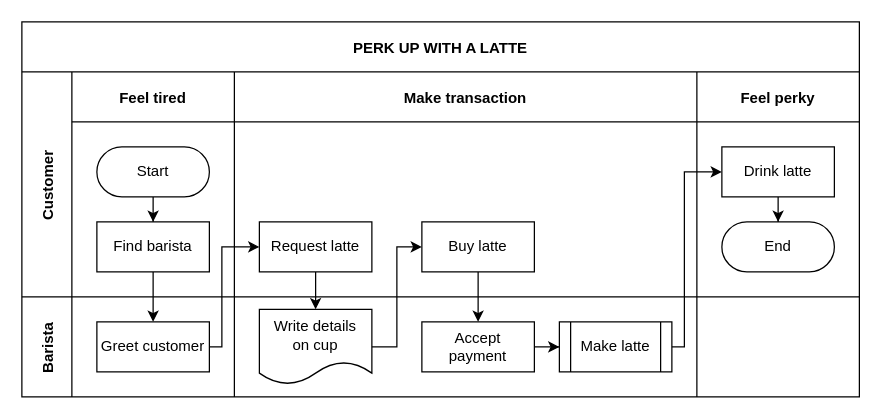
The draw.io diagram data_collection_breathe.drawio in dwi-agustian/udara, before the edit. Source tidied: cells renumbered, new cells numbered last; positions are measured from the earlier drawing's top-left corner, leaving out a move shared by most shapes. Both pictures are drawn from the tidied source at 125%, with x=0, y=0 at pixel (21, 21).
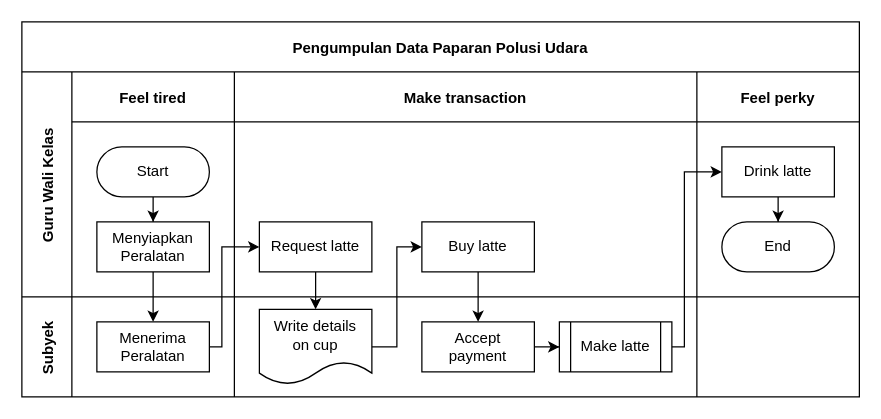
After the change.

Unchanged cells that the change refers to:
```xml
<mxCell id="5" value="Feel tired" style="swimlane;swimlaneHead=0;swimlaneBody=0;fillColor=none;startSize=40;fontStyle=1;" parent="4" vertex="1">
  <mxGeometry x="40" width="130" height="180" as="geometry" />
</mxCell>
<mxCell id="17" style="swimlane;swimlaneHead=0;swimlaneBody=0;fillColor=none;startSize=0;fontStyle=1;" parent="16" vertex="1">
  <mxGeometry x="40" width="130" height="80" as="geometry" />
</mxCell>
```

What changed in the source:
```diff
@@
-    <mxCell id="2" value="PERK UP WITH A LATTE" style="shape=table;childLayout=tableLayout;startSize=40;fillColor=none;fontStyle=1;" parent="1" vertex="1">
+    <mxCell id="2" value="Pengumpulan Data Paparan Polusi Udara" style="shape=table;childLayout=tableLayout;startSize=40;fillColor=none;fontStyle=1;" parent="1" vertex="1">
       <mxGeometry width="670" height="300" as="geometry" />
     </mxCell>
@@
-    <mxCell id="4" value="Customer" style="shape=tableRow;horizontal=0;swimlaneHead=0;swimlaneBody=0;top=0;left=0;bottom=0;right=0;fillColor=none;startSize=40;fontStyle=1;" parent="2" vertex="1">
+    <mxCell id="4" value="Guru Wali Kelas" style="shape=tableRow;horizontal=0;swimlaneHead=0;swimlaneBody=0;top=0;left=0;bottom=0;right=0;fillColor=none;startSize=40;fontStyle=1;" parent="2" vertex="1">
       <mxGeometry y="40" width="670" height="180" as="geometry" />
     </mxCell>
@@
-    <mxCell id="8" value="Find barista" style="rounded=0;whiteSpace=wrap;html=1;" parent="5" vertex="1">
+    <mxCell id="8" value="Menyiapkan Peralatan" style="rounded=0;whiteSpace=wrap;html=1;" parent="5" vertex="1">
       <mxGeometry x="20" y="120" width="90" height="40" as="geometry" />
     </mxCell>
@@
-    <mxCell id="16" value="Barista" style="shape=tableRow;horizontal=0;swimlaneHead=0;swimlaneBody=0;top=0;left=0;bottom=0;right=0;fillColor=none;startSize=40;fontStyle=1;" parent="2" vertex="1">
+    <mxCell id="16" value="Subyek" style="shape=tableRow;horizontal=0;swimlaneHead=0;swimlaneBody=0;top=0;left=0;bottom=0;right=0;fillColor=none;startSize=40;fontStyle=1;" parent="2" vertex="1">
       <mxGeometry y="220" width="670" height="80" as="geometry" />
     </mxCell>
@@
-    <mxCell id="18" value="Greet customer" style="rounded=0;whiteSpace=wrap;html=1;" parent="17" vertex="1">
+    <mxCell id="18" value="Menerima Peralatan" style="rounded=0;whiteSpace=wrap;html=1;" parent="17" vertex="1">
       <mxGeometry x="20" y="20" width="90" height="40" as="geometry" />
     </mxCell>
```
